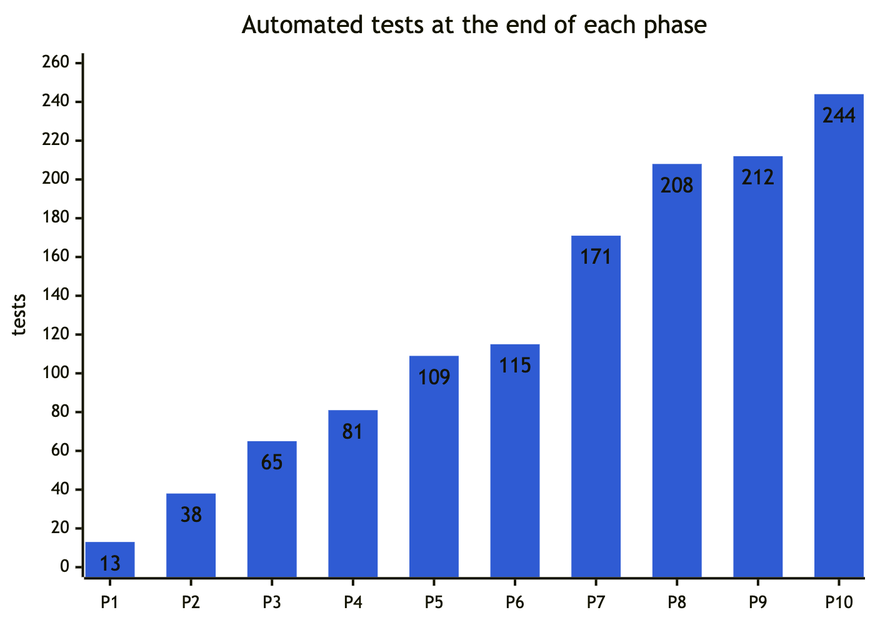
This is docs/handbook/images/14-chart-tests-by-phase.png from abdulmdev/sentinel-incident-copilot, a Mermaid export, as it was before one commit. Its source is kept beside it as docs/handbook/diagrams/14-chart-tests-by-phase.mmd.
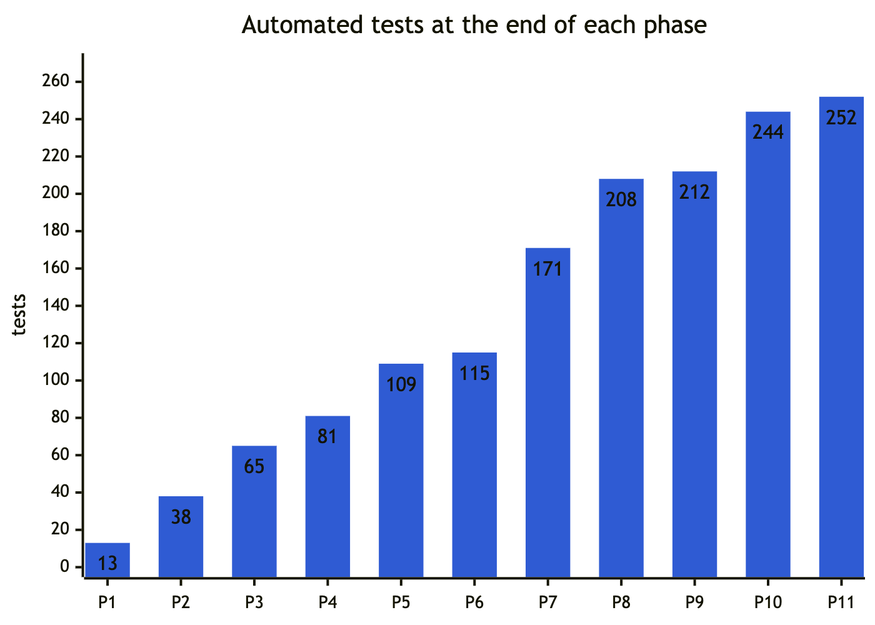
The same file after the commit.

The edit, as a diff of the source:
```diff
@@ -8,6 +8,6 @@
 ---
 xychart-beta
   title "Automated tests at the end of each phase"
-  x-axis ["P1", "P2", "P3", "P4", "P5", "P6", "P7", "P8", "P9", "P10"]
-  y-axis "tests" 0 --> 260
-  bar [13, 38, 65, 81, 109, 115, 171, 208, 212, 244]
+  x-axis ["P1", "P2", "P3", "P4", "P5", "P6", "P7", "P8", "P9", "P10", "P11"]
+  y-axis "tests" 0 --> 270
+  bar [13, 38, 65, 81, 109, 115, 171, 208, 212, 244, 252]
```
